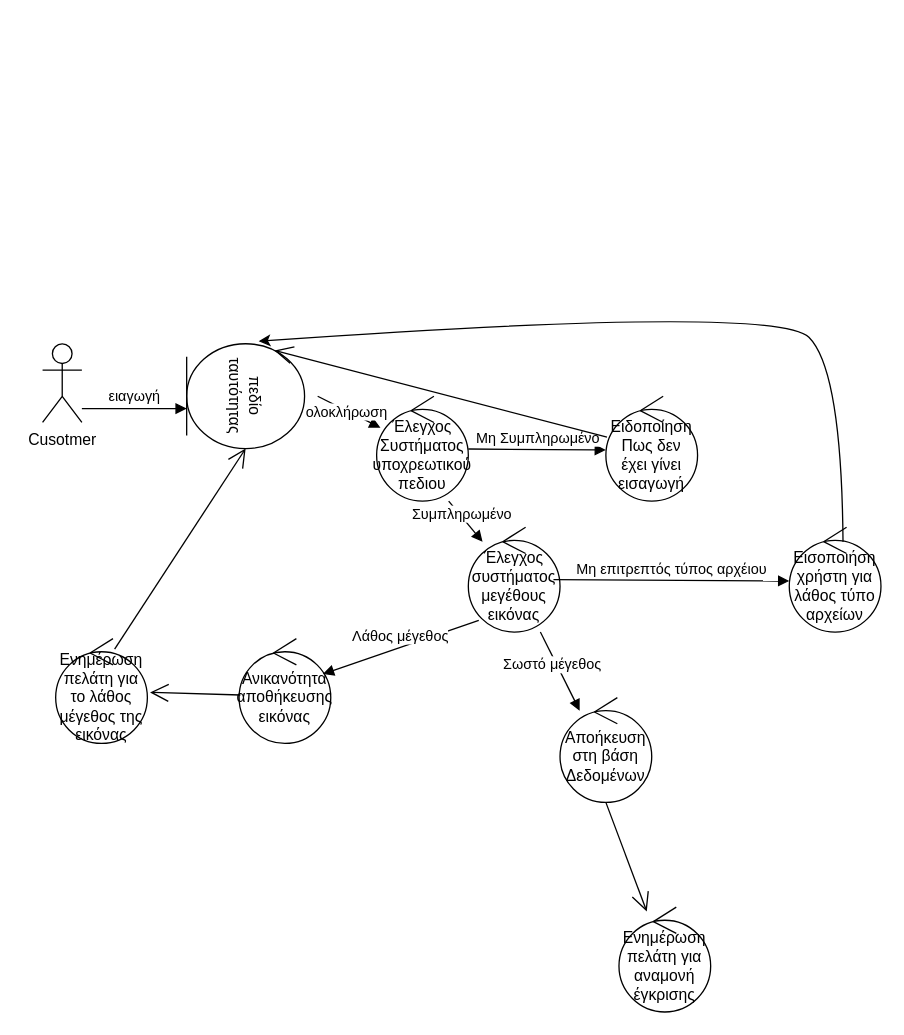
Nikolis2002/texnoligia_logismikou keeps this draw.io diagram as Part_2/Robustness/diagrams/diplwma.drawio. Above is the earlier version. Source tidied: cells renumbered, new cells numbered last; positions are measured from the earlier drawing's top-left corner, leaving out a move shared by most shapes. Both pictures are drawn from the tidied source at 131%, with x=0, y=0 at pixel (42, 304).
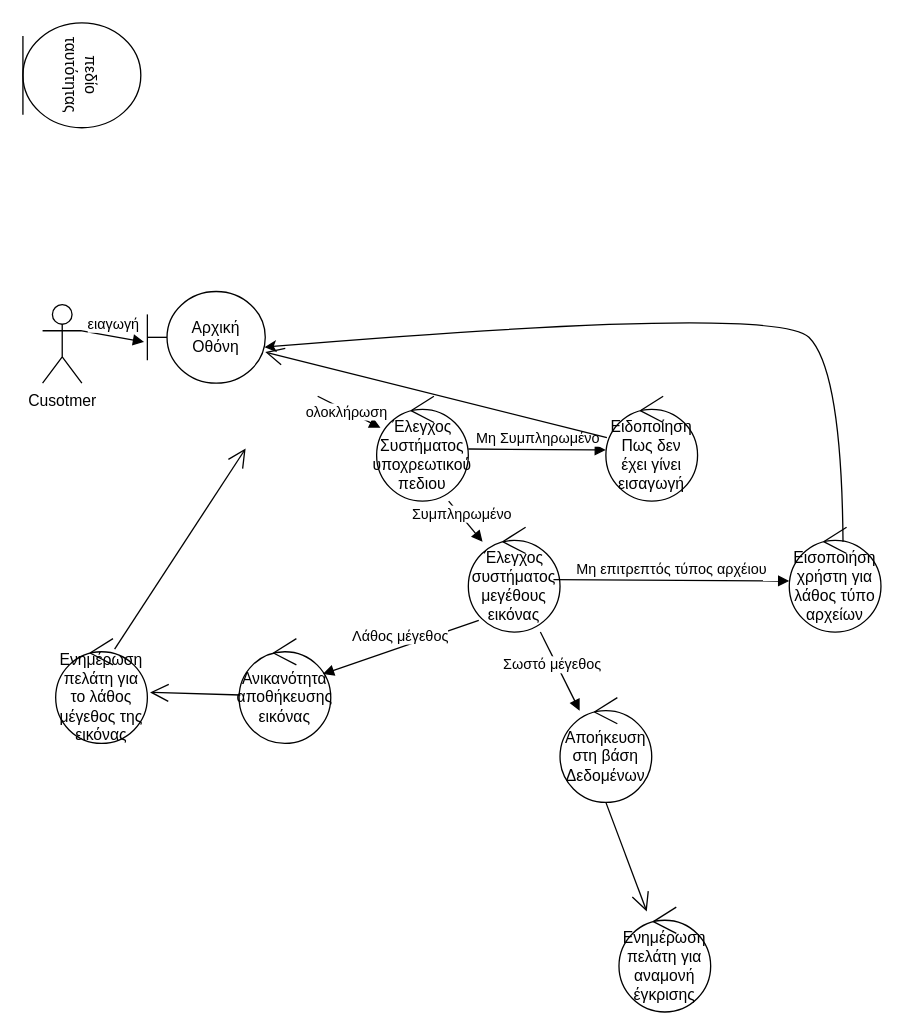
Above is the later version.

The change refers to these unchanged cells:
```xml
<mxCell id="15" value="Ειδοποίηση Πως δεν έχει γίνει εισαγωγή" style="ellipse;shape=umlControl;whiteSpace=wrap;html=1;" parent="1" vertex="1">
  <mxGeometry x="430" y="70" width="70" height="80" as="geometry" />
</mxCell>
<mxCell id="19" value="Ενημέρωση πελάτη για το λάθος μέγεθος της εικόνας" style="ellipse;shape=umlControl;whiteSpace=wrap;html=1;" parent="1" vertex="1">
  <mxGeometry x="10" y="255" width="70" height="80" as="geometry" />
</mxCell>
<mxCell id="24" value="Εισοποιήση χρήστη για λάθος τύπο αρχείων" style="ellipse;shape=umlControl;whiteSpace=wrap;html=1;" parent="1" vertex="1">
  <mxGeometry x="570" y="170" width="70" height="80" as="geometry" />
</mxCell>
```

What changed in the source:
```diff
@@
     <mxCell id="2" value="Cusotmer" style="shape=umlActor;verticalLabelPosition=bottom;verticalAlign=top;html=1;outlineConnect=0;" parent="1" vertex="1">
-      <mxGeometry y="30" width="30" height="60" as="geometry" />
+      <mxGeometry width="30" height="60" as="geometry" />
     </mxCell>
-    <mxCell id="3" value="πεδίο ταυτότητας" style="ellipse;shape=umlEntity;whiteSpace=wrap;html=1;rotation=90;" parent="1" vertex="1">
-      <mxGeometry x="115" y="24.9" width="80" height="90" as="geometry" />
-    </mxCell>
@@
-    <mxCell id="9" value="ειαγωγή" style="html=1;verticalAlign=bottom;endArrow=block;curved=0;rounded=0;" parent="1" edge="1">
-      <mxGeometry relative="1" as="geometry">
-        <mxPoint x="30" y="79.4" as="sourcePoint" />
-        <mxPoint x="110" y="79.4" as="targetPoint" />
-      </mxGeometry>
+    <mxCell id="9" value="ειαγωγή" style="html=1;verticalAlign=bottom;endArrow=block;curved=0;rounded=0;entryX=-0.028;entryY=0.55;entryDx=0;entryDy=0;entryPerimeter=0;exitX=1;exitY=0.3333333333333333;exitDx=0;exitDy=0;exitPerimeter=0;" parent="1" edge="1" source="2" target="27">
+      <mxGeometry relative="1" as="geometry" />
     </mxCell>
@@
-    <mxCell id="16" style="endArrow=open;endFill=1;endSize=12;html=1;rounded=0;entryX=0.064;entryY=0.256;entryDx=0;entryDy=0;entryPerimeter=0;" parent="1" edge="1" source="15" target="3">
+    <mxCell id="16" style="endArrow=open;endFill=1;endSize=12;html=1;rounded=0;" parent="1" edge="1" source="15" target="27">
       <mxGeometry relative="1" as="geometry" />
     </mxCell>
@@
-    <mxCell id="21" style="endArrow=open;endFill=1;endSize=12;html=1;rounded=0;entryX=1;entryY=0.5;entryDx=0;entryDy=0;exitX=0.643;exitY=0.1;exitDx=0;exitDy=0;exitPerimeter=0;" parent="1" edge="1" source="19" target="3">
-      <mxGeometry relative="1" as="geometry" />
+    <mxCell id="21" style="endArrow=open;endFill=1;endSize=12;html=1;rounded=0;entryX=1;entryY=0.5;entryDx=0;entryDy=0;exitX=0.643;exitY=0.1;exitDx=0;exitDy=0;exitPerimeter=0;" parent="1" edge="1" source="19">
+      <mxGeometry relative="1" as="geometry">
+        <mxPoint x="155" y="109.9" as="targetPoint" />
+      </mxGeometry>
     </mxCell>
@@
-    <mxCell id="26" style="curved=1;endArrow=classic;html=1;rounded=0;exitX=0.586;exitY=0.138;exitDx=0;exitDy=0;exitPerimeter=0;entryX=-0.024;entryY=0.389;entryDx=0;entryDy=0;entryPerimeter=0;" parent="1" edge="1" source="24" target="3">
+    <mxCell id="26" style="curved=1;endArrow=classic;html=1;rounded=0;exitX=0.586;exitY=0.138;exitDx=0;exitDy=0;exitPerimeter=0;entryX=0.994;entryY=0.607;entryDx=0;entryDy=0;entryPerimeter=0;" parent="1" edge="1" source="24" target="27">
       <mxGeometry relative="1" as="geometry">
         <Array as="points">
           <mxPoint x="610" y="50" />
           <mxPoint x="560" />
         </Array>
       </mxGeometry>
     </mxCell>
+    <mxCell id="27" value="Αρχική Οθόνη" style="shape=umlBoundary;whiteSpace=wrap;html=1;" parent="1" vertex="1">
+      <mxGeometry x="80" y="-10" width="90" height="70" as="geometry" />
+    </mxCell>
+    <mxCell id="3" value="πεδίο ταυτότητας" style="ellipse;shape=umlEntity;whiteSpace=wrap;html=1;rotation=90;align=center;verticalAlign=middle;direction=east;" parent="1" vertex="1">
+      <mxGeometry x="-10" y="-220" width="80" height="90" as="geometry" />
+    </mxCell>
```
